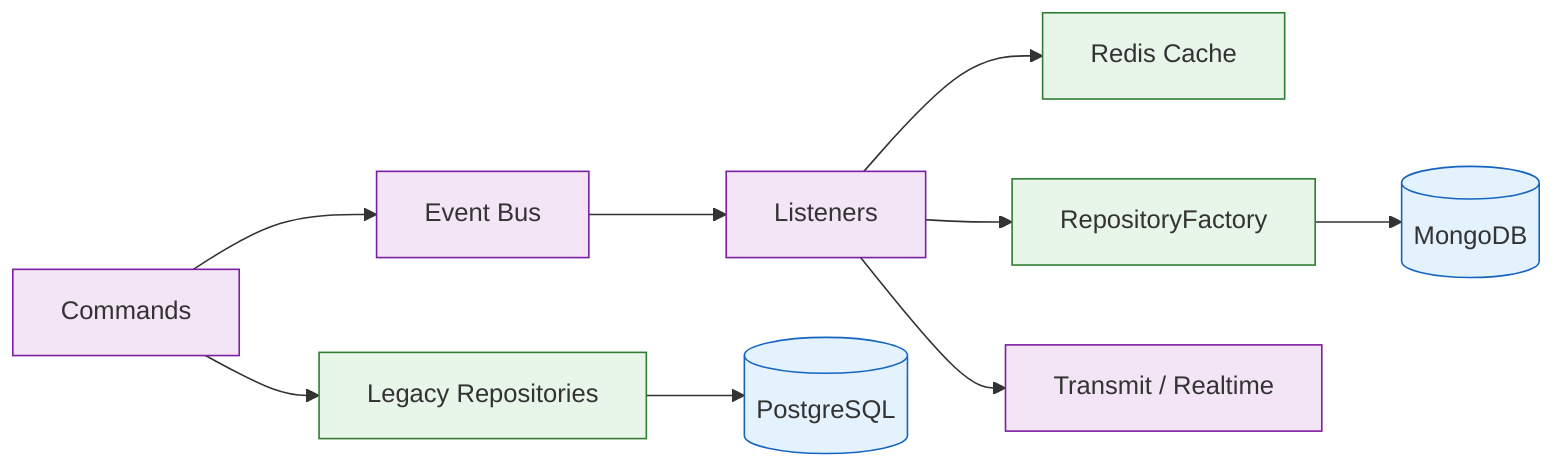
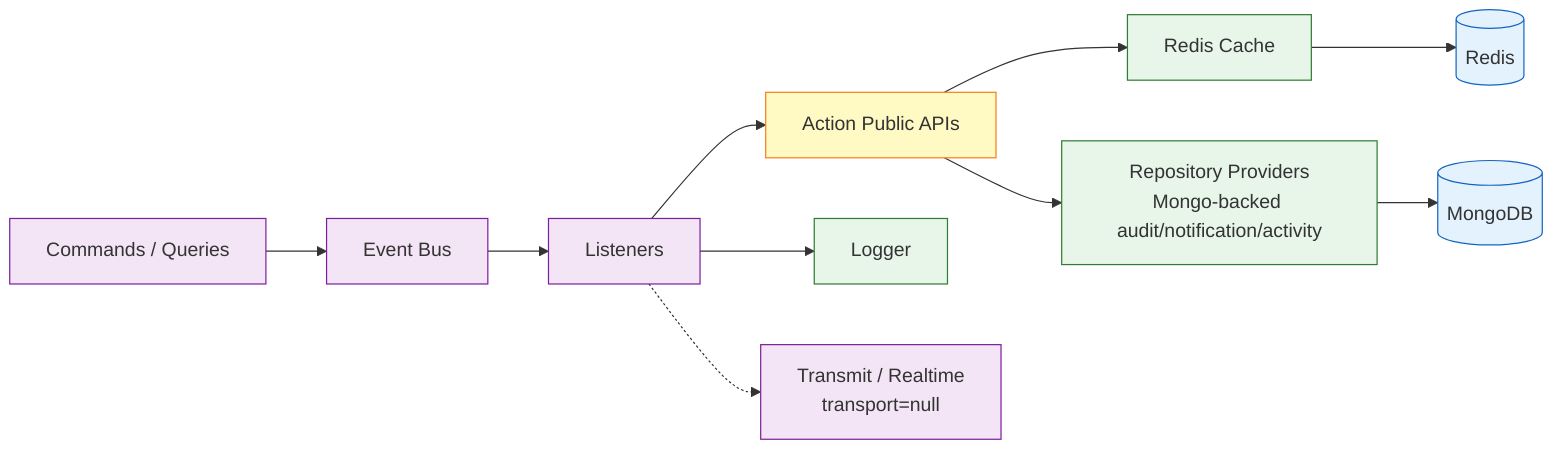
%% Architecture Diagram: Runtime Support & Cross-Cutting Services
- %% Scope: Eventing, cache, async persistence, and current legacy gaps.
+ %% Updated 2026-05-12.

flowchart LR
-     Commands["Commands"]
+     Commands["Commands / Queries"]
    EventBus["Event Bus"]
    Listeners["Listeners"]
+     PublicApis["Action Public APIs"]
    Cache["Redis Cache"]
-     Factory["RepositoryFactory"]
+     RepoProviders["Repository Providers\nMongo-backed audit/notification/activity"]
+     Logger["Logger"]
    Mongo[("MongoDB")]
-     Realtime["Transmit / Realtime"]
-     Legacy["Legacy Repositories"]
-     Pg[("PostgreSQL")]
+     Redis[("Redis")]
+     Realtime["Transmit / Realtime\ntransport=null"]

    Commands --> EventBus
    EventBus --> Listeners
-     Listeners --> Cache
-     Listeners --> Factory
-     Factory --> Mongo
-     Listeners --> Realtime
-     Commands --> Legacy
-     Legacy --> Pg
+     Listeners --> PublicApis
+     Listeners --> Logger
+ 
+     PublicApis --> Cache
+     Cache --> Redis
+     PublicApis --> RepoProviders
+     RepoProviders --> Mongo
+ 
+     Listeners -.-> Realtime

    classDef runtime fill:#F3E5F5,stroke:#7B1FA2,color:#333
+     classDef boundary fill:#FFF9C4,stroke:#F57F17,color:#333
    classDef infra fill:#E8F5E9,stroke:#2E7D32,color:#333
    classDef data fill:#E3F2FD,stroke:#1565C0,color:#333
    class Commands,EventBus,Listeners,Realtime runtime
-     class Cache,Factory,Legacy infra
-     class Mongo,Pg data
+     class PublicApis boundary
+     class Cache,RepoProviders,Logger infra
+     class Mongo,Redis data
